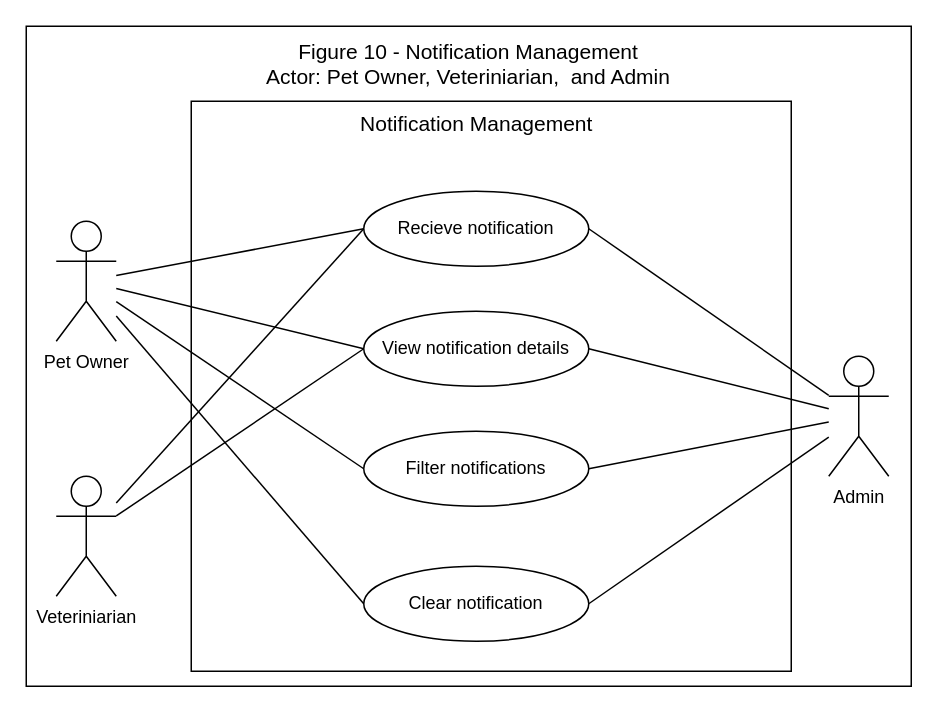
Before: page "Page-10" (10 of 10) of USE-CASE_Diagram_Franco.drawio in Chels013/Breedr-Diagrams, a draw.io diagram. Source tidied: cells renumbered, new cells numbered last; positions are measured from the earlier drawing's top-left corner, leaving out a move shared by most shapes. Both pictures are drawn from the tidied source at 150%, with x=0, y=0 at pixel (26, 26).
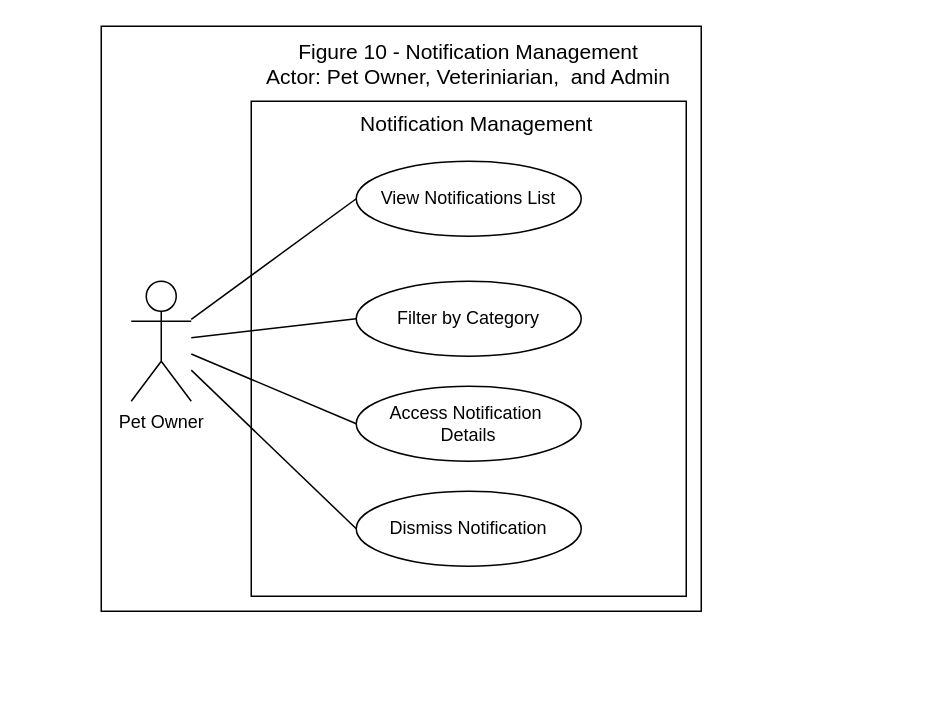
The same diagram, later.

Change to the diagram source:
```diff
@@
     <mxCell id="2" style="rounded=0;whiteSpace=wrap;html=1;" parent="1" vertex="1">
-      <mxGeometry width="590" height="440" as="geometry" />
+      <mxGeometry x="50" width="400" height="390" as="geometry" />
     </mxCell>
@@
     <mxCell id="4" style="rounded=0;whiteSpace=wrap;html=1;" parent="1" vertex="1">
-      <mxGeometry x="110" y="50" width="400" height="380" as="geometry" />
+      <mxGeometry x="150" y="50" width="290" height="330" as="geometry" />
     </mxCell>
@@
     <mxCell id="6" value="Pet Owner" style="shape=umlActor;verticalLabelPosition=bottom;verticalAlign=top;html=1;outlineConnect=0;" parent="1" vertex="1">
-      <mxGeometry x="20" y="130" width="40" height="80" as="geometry" />
+      <mxGeometry x="70" y="170" width="40" height="80" as="geometry" />
     </mxCell>
-    <mxCell id="7" value="Recieve notification" style="ellipse;whiteSpace=wrap;html=1;" parent="1" vertex="1">
-      <mxGeometry x="225" y="110" width="150" height="50" as="geometry" />
+    <mxCell id="7" value="View Notifications List" style="ellipse;whiteSpace=wrap;html=1;" parent="1" vertex="1">
+      <mxGeometry x="220" y="90" width="150" height="50" as="geometry" />
     </mxCell>
-    <mxCell id="8" value="View notification details" style="ellipse;whiteSpace=wrap;html=1;" parent="1" vertex="1">
-      <mxGeometry x="225" y="190" width="150" height="50" as="geometry" />
+    <mxCell id="8" value="Filter by Category" style="ellipse;whiteSpace=wrap;html=1;" parent="1" vertex="1">
+      <mxGeometry x="220" y="170" width="150" height="50" as="geometry" />
     </mxCell>
-    <mxCell id="9" value="Filter notifications" style="ellipse;whiteSpace=wrap;html=1;" parent="1" vertex="1">
-      <mxGeometry x="225" y="270" width="150" height="50" as="geometry" />
+    <mxCell id="9" value="Access Notification&amp;nbsp;&lt;div&gt;Details&lt;/div&gt;" style="ellipse;whiteSpace=wrap;html=1;" parent="1" vertex="1">
+      <mxGeometry x="220" y="240" width="150" height="50" as="geometry" />
     </mxCell>
-    <mxCell id="10" value="Clear notification" style="ellipse;whiteSpace=wrap;html=1;" parent="1" vertex="1">
-      <mxGeometry x="225" y="360" width="150" height="50" as="geometry" />
+    <mxCell id="10" value="Dismiss Notification" style="ellipse;whiteSpace=wrap;html=1;" parent="1" vertex="1">
+      <mxGeometry x="220" y="310" width="150" height="50" as="geometry" />
     </mxCell>
@@
-    <mxCell id="15" value="Veteriniarian" style="shape=umlActor;verticalLabelPosition=bottom;verticalAlign=top;html=1;outlineConnect=0;" parent="1" vertex="1">
-      <mxGeometry x="20" y="300" width="40" height="80" as="geometry" />
-    </mxCell>
-    <mxCell id="16" value="Admin&lt;div&gt;&lt;br&gt;&lt;/div&gt;" style="shape=umlActor;verticalLabelPosition=bottom;verticalAlign=top;html=1;outlineConnect=0;" parent="1" vertex="1">
-      <mxGeometry x="535" y="220" width="40" height="80" as="geometry" />
-    </mxCell>
-    <mxCell id="17" style="endArrow=none;html=1;exitX=1;exitY=0.5;exitDx=0;exitDy=0;" parent="1" edge="1" source="7" target="16">
-      <mxGeometry relative="1" as="geometry" />
-    </mxCell>
-    <mxCell id="18" style="endArrow=none;html=1;exitX=1;exitY=0.5;exitDx=0;exitDy=0;" parent="1" edge="1" source="8" target="16">
-      <mxGeometry relative="1" as="geometry" />
-    </mxCell>
-    <mxCell id="19" style="endArrow=none;html=1;exitX=1;exitY=0.5;exitDx=0;exitDy=0;" parent="1" edge="1" source="9" target="16">
-      <mxGeometry relative="1" as="geometry" />
-    </mxCell>
-    <mxCell id="20" style="endArrow=none;html=1;exitX=1;exitY=0.5;exitDx=0;exitDy=0;" parent="1" edge="1" source="10" target="16">
-      <mxGeometry relative="1" as="geometry" />
-    </mxCell>
-    <mxCell id="21" style="endArrow=none;html=1;entryX=0;entryY=0.5;entryDx=0;entryDy=0;" parent="1" edge="1" source="15" target="8">
-      <mxGeometry relative="1" as="geometry" />
-    </mxCell>
-    <mxCell id="22" style="endArrow=none;html=1;entryX=0;entryY=0.5;entryDx=0;entryDy=0;" parent="1" edge="1" source="15" target="7">
-      <mxGeometry relative="1" as="geometry" />
-    </mxCell>
```
